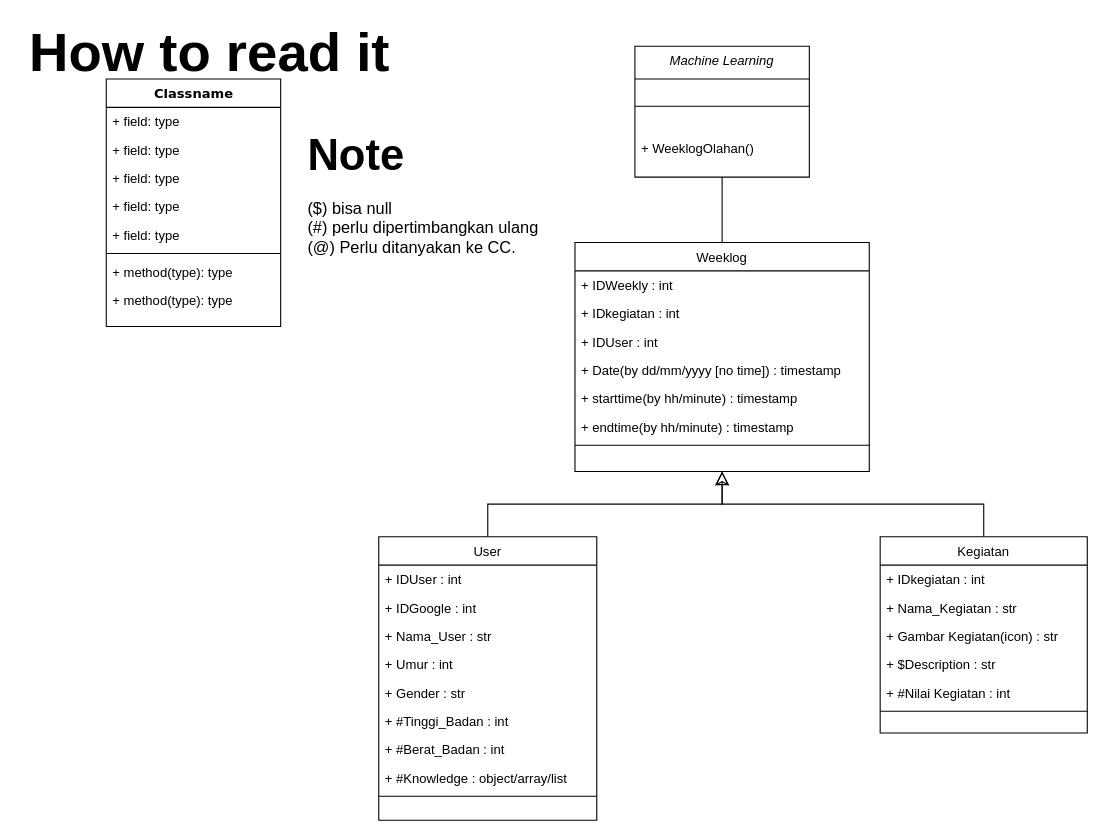
CAPSTONE-CH2-PS008/Database keeps this draw.io diagram as database.drawio. Above is the earlier version. Source tidied: cells renumbered, new cells numbered last; positions are measured from the earlier drawing's top-left corner, leaving out a move shared by most shapes. Both pictures are drawn from the tidied source at 109%, with x=0, y=0 at pixel (19, 35).
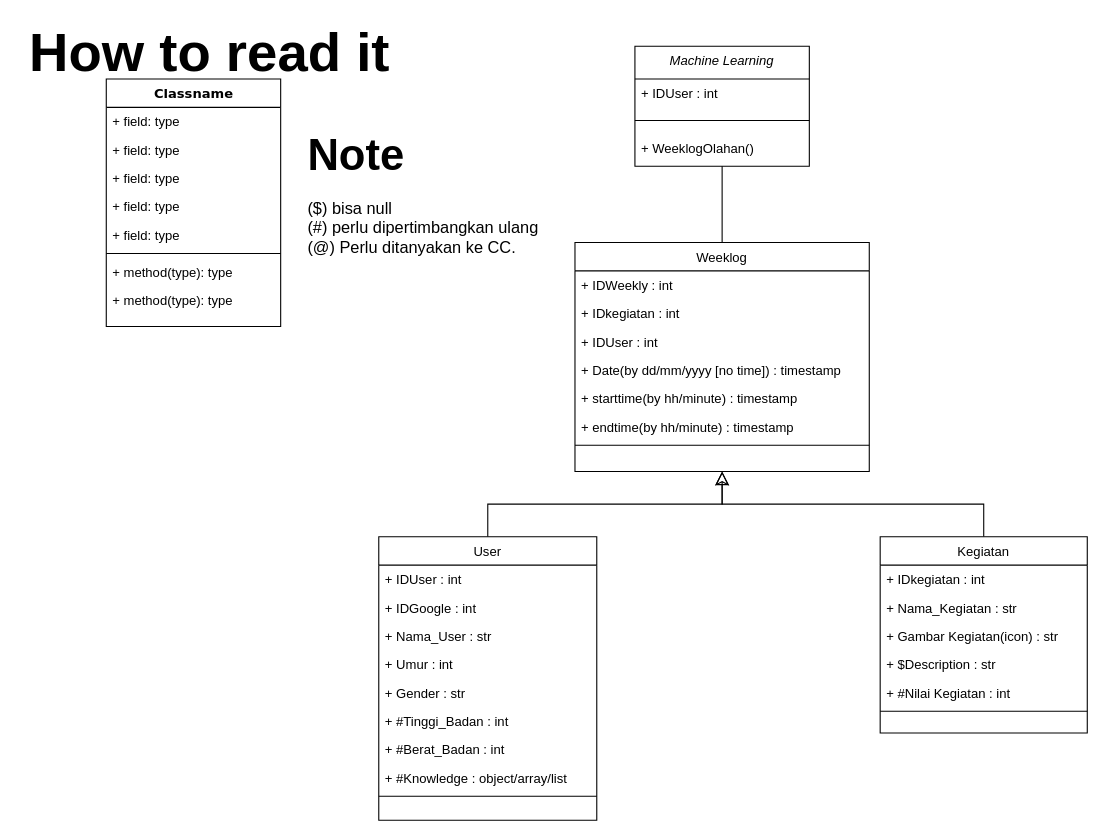
After the change.

What changed in the source:
```diff
@@
     <mxCell id="30" value="Machine Learning" style="swimlane;fontStyle=2;align=center;verticalAlign=top;horizontal=1;startSize=30;rounded=0;shadow=0;strokeWidth=1;" parent="1" vertex="1">
-      <mxGeometry x="565" y="10" width="160" height="120" as="geometry" />
+      <mxGeometry x="565" y="10" width="160" height="110" as="geometry" />
     </mxCell>
+    <mxCell id="45" value="+ IDUser : int" style="text;align=left;verticalAlign=top;spacingLeft=4;spacingRight=4;overflow=hidden;rounded=0;shadow=0;html=0;" parent="30" vertex="1">
+      <mxGeometry y="30" width="160" height="26" as="geometry" />
+    </mxCell>
     <mxCell id="31" style="line;html=1;strokeWidth=1;align=left;verticalAlign=middle;spacingTop=-1;spacingLeft=3;spacingRight=3;labelPosition=right;" parent="30" vertex="1">
-      <mxGeometry y="30" width="160" height="50" as="geometry" />
+      <mxGeometry y="56" width="160" height="24" as="geometry" />
     </mxCell>
```
